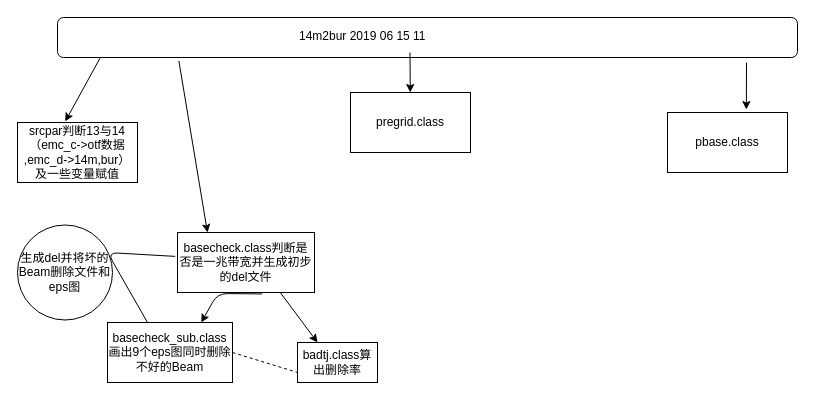
Earlier version of the draw.io diagram 未命名表单.drawio (syjin123/jsy). Source tidied: cells renumbered, new cells numbered last; positions are measured from the earlier drawing's top-left corner, leaving out a move shared by most shapes. Both pictures are drawn from the tidied source at 100%, with x=0, y=0 at pixel (17, 17).
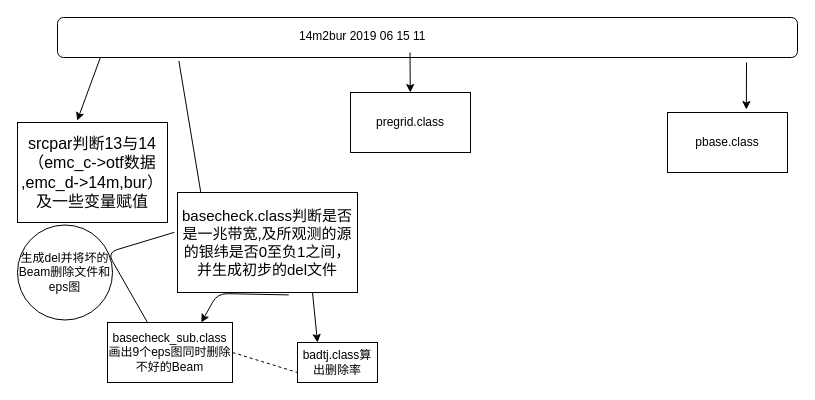
The same diagram, later.

Commit message:
更新未命名表单.drawio

Change to the diagram source:
```diff
@@
-    <mxCell id="5" value="&lt;span&gt;srcpar判断13与14（emc_c-&amp;gt;otf数据 ,emc_d-&amp;gt;14m,bur）及一些变量赋值&lt;/span&gt;" style="rounded=0;whiteSpace=wrap;html=1;" parent="1" vertex="1">
-      <mxGeometry y="105" width="120" height="60" as="geometry" />
+    <mxCell id="5" value="&lt;span&gt;&lt;font style=&quot;font-size: 16px&quot;&gt;srcpar判断13与14（emc_c-&amp;gt;otf数据 ,emc_d-&amp;gt;14m,bur）及一些变量赋值&lt;/font&gt;&lt;/span&gt;" style="rounded=0;whiteSpace=wrap;html=1;" parent="1" vertex="1">
+      <mxGeometry y="105" width="150" height="100" as="geometry" />
     </mxCell>
-    <mxCell id="6" value="basecheck.class判断是否是一兆带宽并生成初步的del文件" style="rounded=0;whiteSpace=wrap;html=1;" parent="1" vertex="1">
-      <mxGeometry x="160" y="215" width="137" height="60" as="geometry" />
+    <mxCell id="6" value="&lt;font style=&quot;font-size: 15px&quot;&gt;basecheck.class判断是否是一兆带宽,及所观测的源的银纬是否0至负1之间，并生成初步的del文件&lt;/font&gt;" style="rounded=0;whiteSpace=wrap;html=1;" parent="1" vertex="1">
+      <mxGeometry x="160" y="175" width="180" height="100" as="geometry" />
     </mxCell>
```
